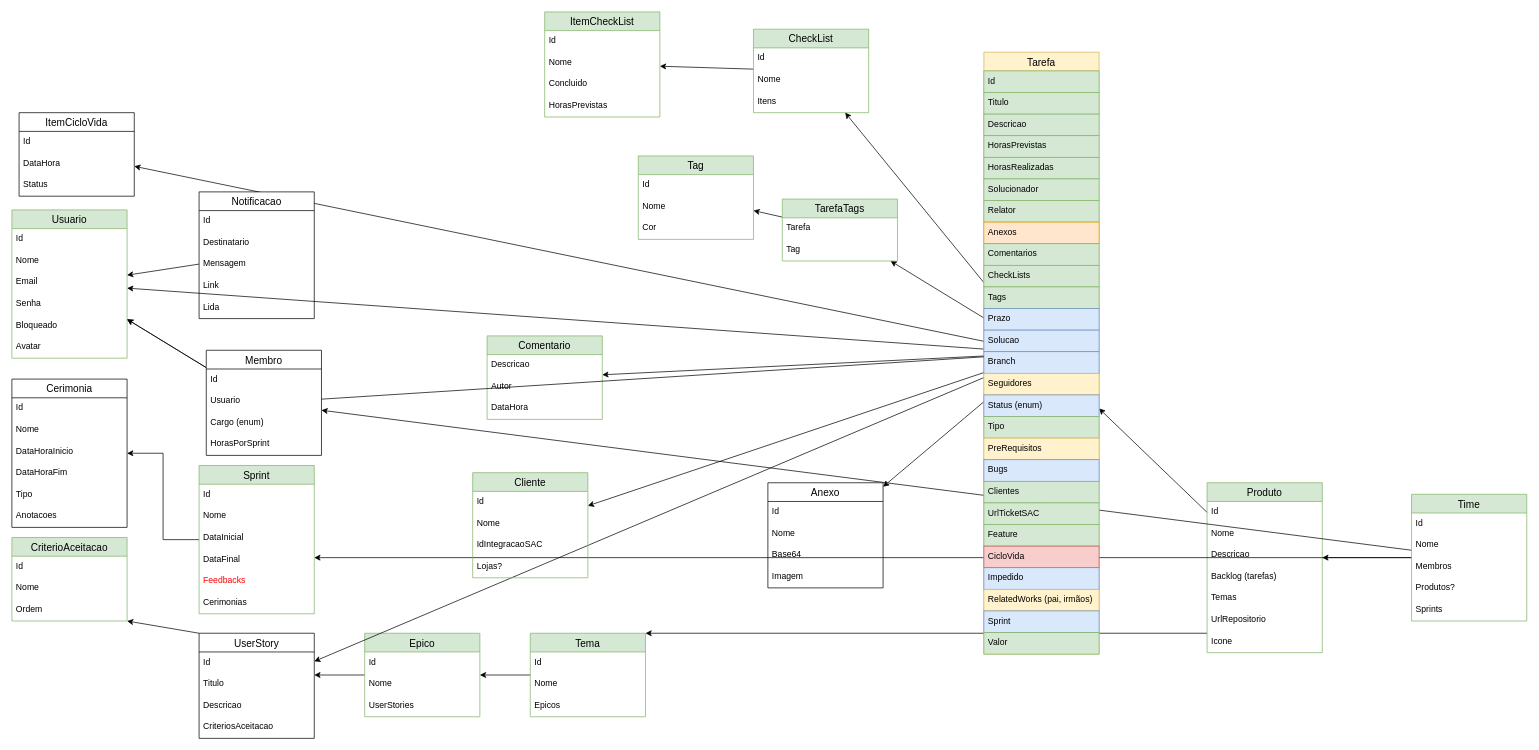
The draw.io diagram page "ordem" (1 of 2) of Agilis-Back/docs/Untitled Diagram.drawio in ddsdaniel/Agilis, before the edit. Source tidied: cells renumbered, new cells numbered last; positions are measured from the earlier drawing's top-left corner, leaving out a move shared by most shapes. Both pictures are drawn from the tidied source at 72%, with x=0, y=0 at pixel (12, 12).
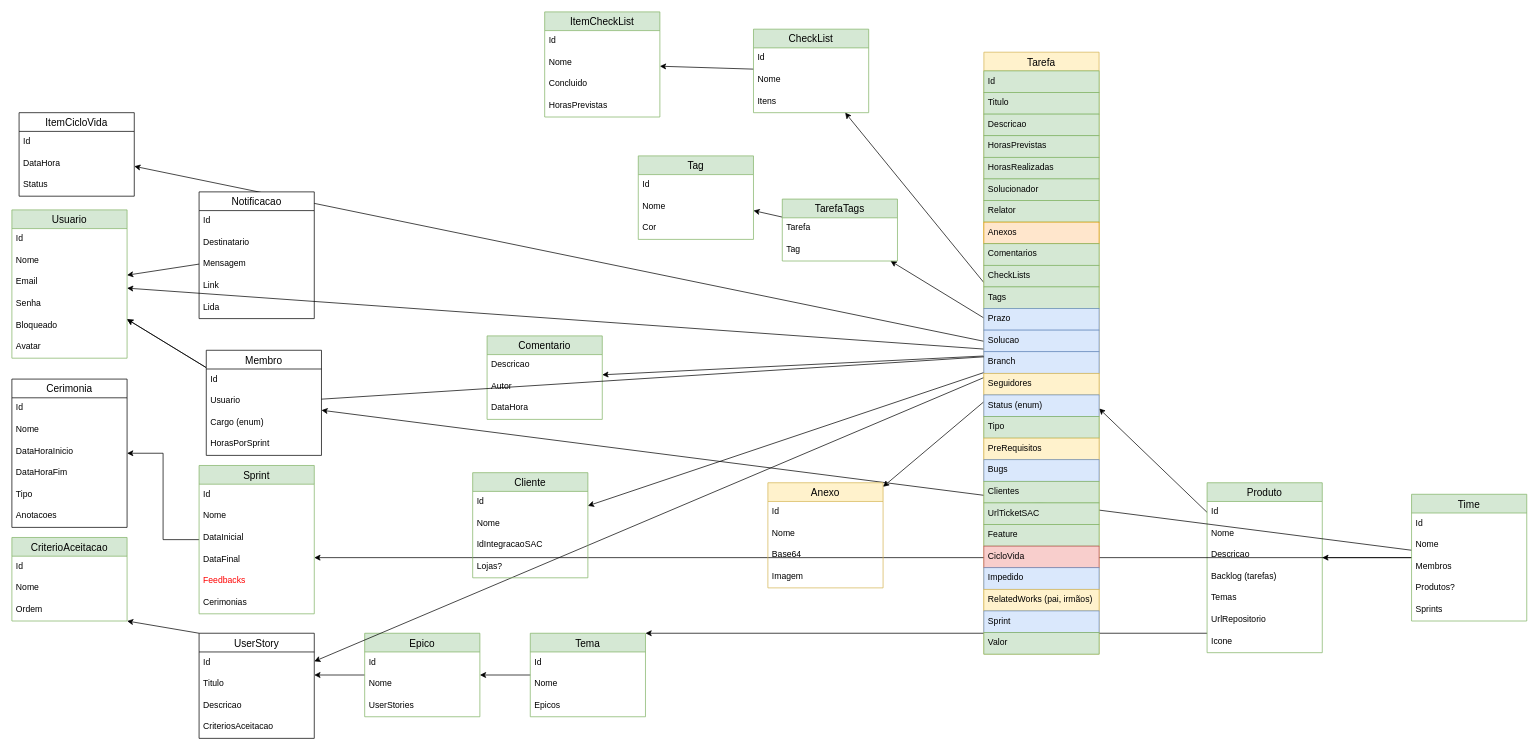
The same page after the edit.

Diff of the diagram source:
```diff
@@
-    <mxCell id="57" value="Anexo" style="swimlane;fontStyle=0;horizontal=1;startSize=26;align=center;fontSize=14;" parent="1" vertex="1">
+    <mxCell id="57" value="Anexo" style="swimlane;fontStyle=0;horizontal=1;startSize=26;align=center;fontSize=14;fillColor=#fff2cc;strokeColor=#d6b656;" parent="1" vertex="1">
       <mxGeometry x="1050" y="654" width="160" height="146" as="geometry" />
     </mxCell>
```
